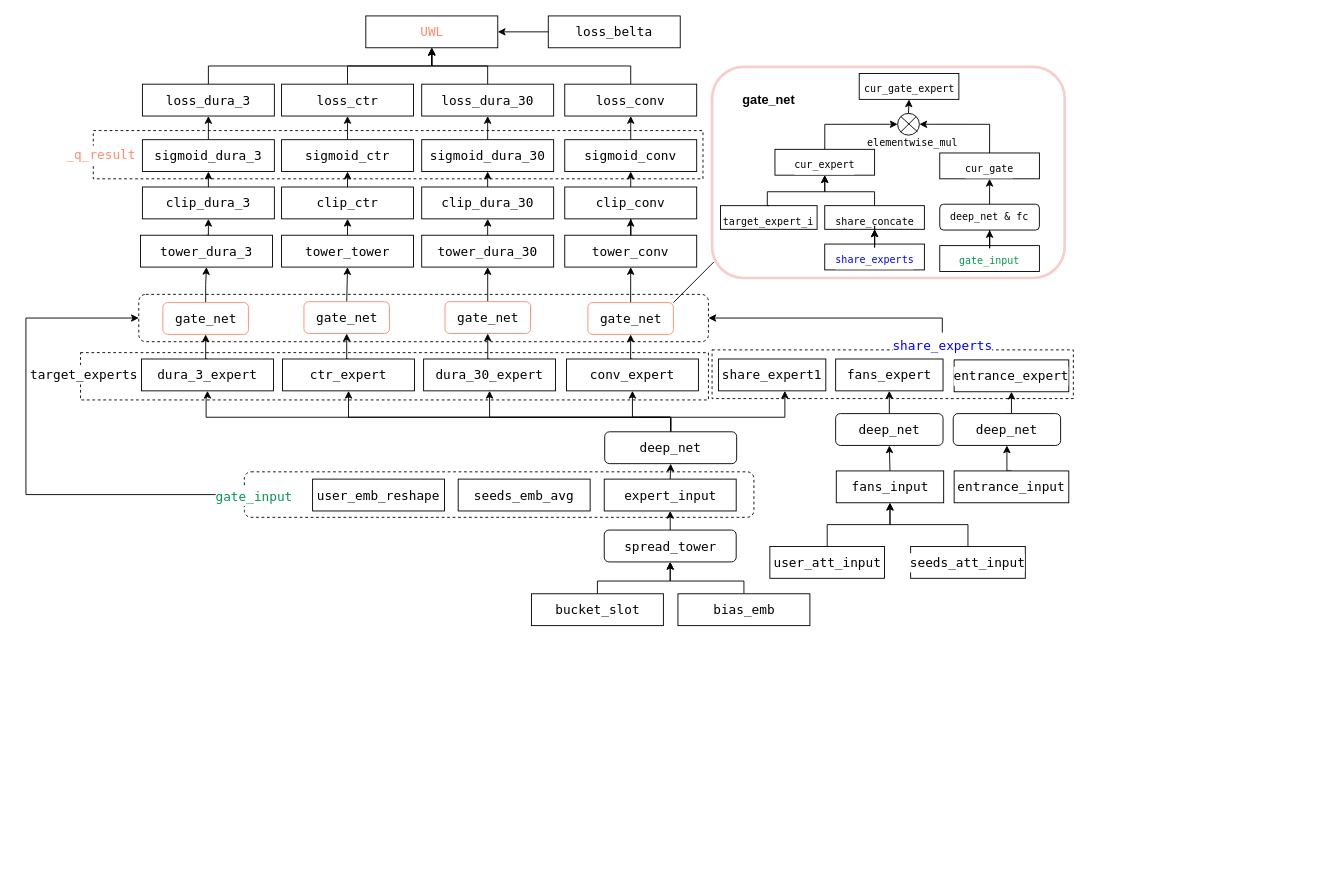
Before: immer_model.drawio in snorlaxse/draw.io, a draw.io diagram. Source tidied: cells renumbered, new cells numbered last; positions are measured from the earlier drawing's top-left corner, leaving out a move shared by most shapes. Both pictures are drawn from the tidied source at 91%, with x=0, y=0 at pixel (15, 15).
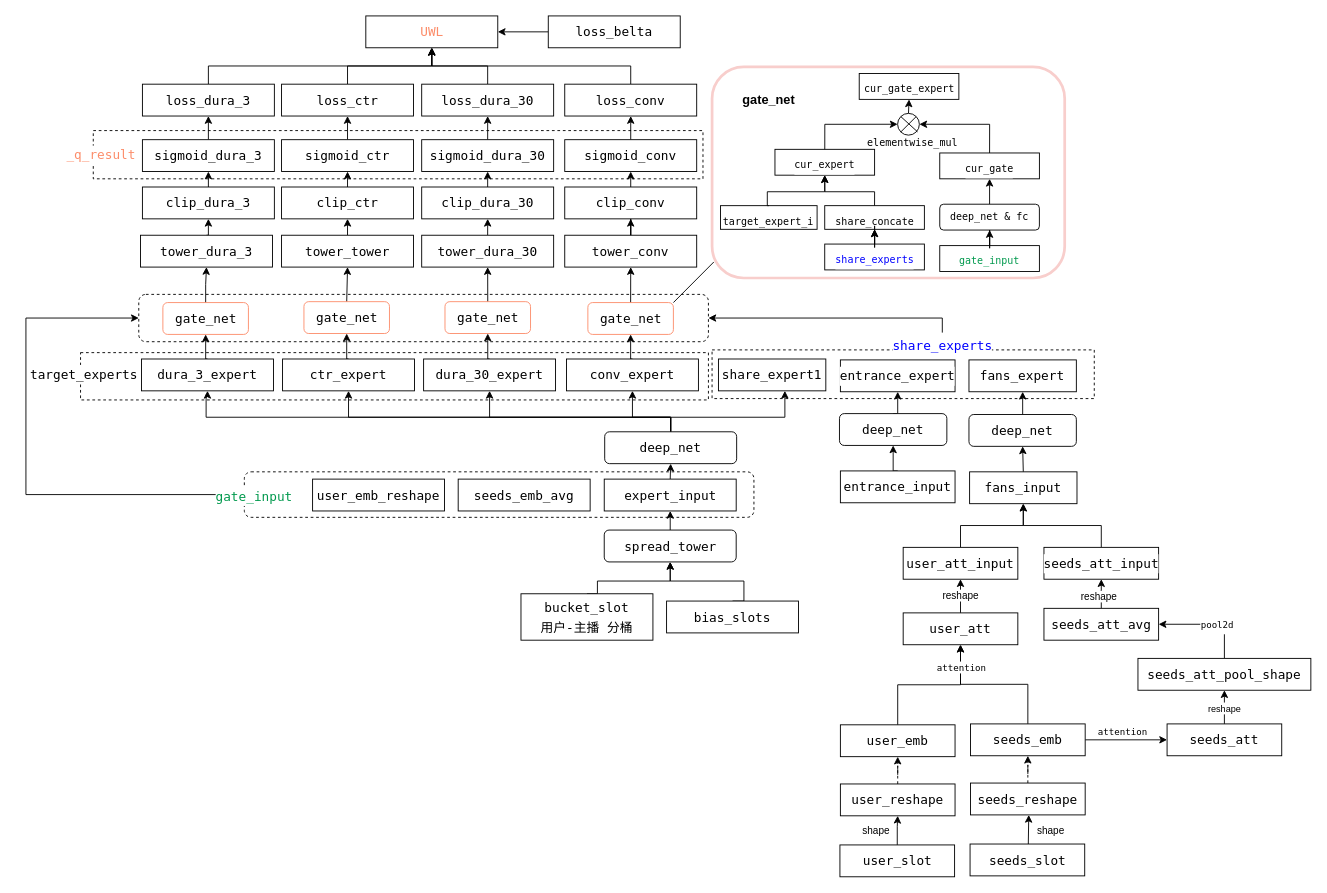
The same page after the edit.

Diff of the diagram source:
```diff
@@
     <mxCell id="7" style="rounded=0;whiteSpace=wrap;html=1;dashed=1;" parent="1" vertex="1">
-      <mxGeometry x="766" y="367" width="397" height="53.5" as="geometry" />
+      <mxGeometry x="766" y="367" width="420" height="53.5" as="geometry" />
     </mxCell>
@@
     <mxCell id="9" value="&lt;div style=&quot;background-color: rgb(255, 255, 255); font-family: &amp;quot;Fira Code&amp;quot;, Menlo, Monaco, &amp;quot;Courier New&amp;quot;, monospace; font-size: 14px; line-height: 21px; white-space: pre;&quot;&gt;fans_input&lt;/div&gt;" style="rounded=0;whiteSpace=wrap;html=1;" parent="1" vertex="1">
-      <mxGeometry x="902.5" y="500" width="118" height="35" as="geometry" />
+      <mxGeometry x="1049" y="501" width="118" height="35" as="geometry" />
     </mxCell>
@@
     <mxCell id="11" value="&lt;div style=&quot;background-color: rgb(255, 255, 255); font-family: &amp;quot;Fira Code&amp;quot;, Menlo, Monaco, &amp;quot;Courier New&amp;quot;, monospace; font-size: 14px; line-height: 21px; white-space: pre;&quot;&gt;&lt;div style=&quot;line-height: 21px;&quot;&gt;user_att_input&lt;/div&gt;&lt;/div&gt;" style="rounded=0;whiteSpace=wrap;html=1;" parent="1" vertex="1">
-      <mxGeometry x="829.5" y="583" width="126" height="35" as="geometry" />
+      <mxGeometry x="976" y="584" width="126" height="35" as="geometry" />
     </mxCell>
@@
     <mxCell id="13" value="&lt;div style=&quot;background-color: rgb(255, 255, 255); font-family: &amp;quot;Fira Code&amp;quot;, Menlo, Monaco, &amp;quot;Courier New&amp;quot;, monospace; font-size: 14px; line-height: 21px; white-space: pre;&quot;&gt;&lt;div style=&quot;line-height: 21px;&quot;&gt;&lt;div style=&quot;line-height: 21px;&quot;&gt;seeds_att_input&lt;/div&gt;&lt;/div&gt;&lt;/div&gt;" style="rounded=0;whiteSpace=wrap;html=1;" parent="1" vertex="1">
-      <mxGeometry x="984.2" y="583" width="126" height="35" as="geometry" />
+      <mxGeometry x="1130.7" y="584" width="126" height="35" as="geometry" />
     </mxCell>
     <mxCell id="14" value="&lt;div style=&quot;background-color: rgb(255, 255, 255); font-family: &amp;quot;Fira Code&amp;quot;, Menlo, Monaco, &amp;quot;Courier New&amp;quot;, monospace; font-size: 14px; line-height: 21px; white-space: pre;&quot;&gt;&lt;div style=&quot;line-height: 21px;&quot;&gt;fans_expert&lt;/div&gt;&lt;/div&gt;" style="rounded=0;whiteSpace=wrap;html=1;" parent="1" vertex="1">
-      <mxGeometry x="901.8" y="377" width="118" height="35" as="geometry" />
+      <mxGeometry x="1048.3" y="378" width="118" height="35" as="geometry" />
     </mxCell>
@@
     <mxCell id="16" value="&lt;div style=&quot;background-color: rgb(255, 255, 255); font-family: &amp;quot;Fira Code&amp;quot;, Menlo, Monaco, &amp;quot;Courier New&amp;quot;, monospace; font-size: 14px; line-height: 21px; white-space: pre;&quot;&gt;deep_net&lt;/div&gt;" style="rounded=1;whiteSpace=wrap;html=1;" parent="1" vertex="1">
-      <mxGeometry x="901.8" y="437" width="118" height="35" as="geometry" />
+      <mxGeometry x="1048.3" y="438" width="118" height="35" as="geometry" />
     </mxCell>
@@
-    <mxCell id="22" value="&lt;div style=&quot;background-color: rgb(255, 255, 255); font-family: &amp;quot;Fira Code&amp;quot;, Menlo, Monaco, &amp;quot;Courier New&amp;quot;, monospace; font-size: 14px; line-height: 21px; white-space: pre;&quot;&gt;&lt;div style=&quot;line-height: 21px;&quot;&gt;&lt;div style=&quot;line-height: 21px;&quot;&gt;bucket_slot&lt;/div&gt;&lt;/div&gt;&lt;/div&gt;" style="rounded=0;whiteSpace=wrap;html=1;" parent="1" vertex="1">
-      <mxGeometry x="567.5" y="635" width="145" height="35" as="geometry" />
+    <mxCell id="22" value="&lt;div style=&quot;background-color: rgb(255, 255, 255); font-family: &amp;quot;Fira Code&amp;quot;, Menlo, Monaco, &amp;quot;Courier New&amp;quot;, monospace; font-size: 14px; line-height: 21px; white-space: pre;&quot;&gt;&lt;div style=&quot;line-height: 21px;&quot;&gt;&lt;div style=&quot;line-height: 21px;&quot;&gt;bucket_slot&lt;/div&gt;&lt;div style=&quot;line-height: 21px;&quot;&gt;用户-主播 分桶&lt;/div&gt;&lt;/div&gt;&lt;/div&gt;" style="rounded=0;whiteSpace=wrap;html=1;" parent="1" vertex="1">
+      <mxGeometry x="556" y="635" width="145" height="51" as="geometry" />
     </mxCell>
@@
-    <mxCell id="24" value="&lt;div style=&quot;background-color: rgb(255, 255, 255); font-family: &amp;quot;Fira Code&amp;quot;, Menlo, Monaco, &amp;quot;Courier New&amp;quot;, monospace; font-size: 14px; line-height: 21px; white-space: pre;&quot;&gt;&lt;div style=&quot;line-height: 21px;&quot;&gt;&lt;div style=&quot;line-height: 21px;&quot;&gt;&lt;div style=&quot;line-height: 21px;&quot;&gt;bias_emb&lt;/div&gt;&lt;/div&gt;&lt;/div&gt;&lt;/div&gt;" style="rounded=0;whiteSpace=wrap;html=1;" parent="1" vertex="1">
-      <mxGeometry x="728.5" y="635" width="145" height="35" as="geometry" />
+    <mxCell id="24" value="&lt;div style=&quot;background-color: rgb(255, 255, 255); font-family: &amp;quot;Fira Code&amp;quot;, Menlo, Monaco, &amp;quot;Courier New&amp;quot;, monospace; font-size: 14px; line-height: 21px; white-space: pre;&quot;&gt;&lt;div style=&quot;line-height: 21px;&quot;&gt;&lt;div style=&quot;line-height: 21px;&quot;&gt;&lt;div style=&quot;line-height: 21px;&quot;&gt;&lt;div style=&quot;line-height: 21px;&quot;&gt;bias_slots&lt;/div&gt;&lt;/div&gt;&lt;/div&gt;&lt;/div&gt;&lt;/div&gt;" style="rounded=0;whiteSpace=wrap;html=1;" parent="1" vertex="1">
+      <mxGeometry x="716" y="643" width="145" height="35" as="geometry" />
     </mxCell>
@@
     <mxCell id="40" value="&lt;div style=&quot;background-color: rgb(255, 255, 255); font-family: &amp;quot;Fira Code&amp;quot;, Menlo, Monaco, &amp;quot;Courier New&amp;quot;, monospace; font-size: 14px; line-height: 21px; white-space: pre;&quot;&gt;&lt;div style=&quot;line-height: 21px;&quot;&gt;&lt;div style=&quot;line-height: 21px;&quot;&gt;entrance_expert&lt;/div&gt;&lt;/div&gt;&lt;/div&gt;" style="rounded=0;whiteSpace=wrap;html=1;" parent="1" vertex="1">
-      <mxGeometry x="1032" y="378" width="126" height="35" as="geometry" />
+      <mxGeometry x="907" y="378" width="126" height="35" as="geometry" />
     </mxCell>
@@
     <mxCell id="42" value="&lt;div style=&quot;background-color: rgb(255, 255, 255); font-family: &amp;quot;Fira Code&amp;quot;, Menlo, Monaco, &amp;quot;Courier New&amp;quot;, monospace; font-size: 14px; line-height: 21px; white-space: pre;&quot;&gt;deep_net&lt;/div&gt;" style="rounded=1;whiteSpace=wrap;html=1;" parent="1" vertex="1">
-      <mxGeometry x="1031" y="437" width="118" height="35" as="geometry" />
+      <mxGeometry x="906" y="437" width="118" height="35" as="geometry" />
     </mxCell>
@@
     <mxCell id="44" value="&lt;div style=&quot;background-color: rgb(255, 255, 255); font-family: &amp;quot;Fira Code&amp;quot;, Menlo, Monaco, &amp;quot;Courier New&amp;quot;, monospace; font-size: 14px; line-height: 21px; white-space: pre;&quot;&gt;&lt;div style=&quot;line-height: 21px;&quot;&gt;entrance_input&lt;/div&gt;&lt;/div&gt;" style="rounded=0;whiteSpace=wrap;html=1;" parent="1" vertex="1">
-      <mxGeometry x="1032" y="500" width="126" height="35" as="geometry" />
+      <mxGeometry x="907" y="500" width="126" height="35" as="geometry" />
     </mxCell>
@@
+    <mxCell id="121" style="edgeStyle=orthogonalEdgeStyle;rounded=0;jettySize=auto;html=1;exitX=0.5;exitY=0;exitDx=0;exitDy=0;entryX=0.5;entryY=1;entryDx=0;entryDy=0;" parent="1" edge="1" source="122" target="129">
+      <mxGeometry relative="1" as="geometry" />
+    </mxCell>
+    <mxCell id="122" value="&lt;div style=&quot;background-color: rgb(255, 255, 255); font-family: &amp;quot;Fira Code&amp;quot;, Menlo, Monaco, &amp;quot;Courier New&amp;quot;, monospace; font-size: 14px; line-height: 21px; white-space: pre;&quot;&gt;&lt;div style=&quot;line-height: 21px;&quot;&gt;&lt;div style=&quot;line-height: 21px;&quot;&gt;user_emb&lt;/div&gt;&lt;/div&gt;&lt;/div&gt;" style="rounded=0;whiteSpace=wrap;html=1;" parent="1" vertex="1">
+      <mxGeometry x="907" y="779" width="126" height="35" as="geometry" />
+    </mxCell>
+    <mxCell id="123" style="edgeStyle=orthogonalEdgeStyle;rounded=0;jettySize=auto;html=1;entryX=0.5;entryY=1;entryDx=0;entryDy=0;" parent="1" edge="1" source="127" target="129">
+      <mxGeometry relative="1" as="geometry" />
+    </mxCell>
+    <mxCell id="124" value="&lt;span style=&quot;font-family: &amp;quot;Fira Code&amp;quot;, Menlo, Monaco, &amp;quot;Courier New&amp;quot;, monospace; text-align: left; white-space-collapse: preserve;&quot;&gt;&lt;font style=&quot;font-size: 10px;&quot;&gt;attention&lt;/font&gt;&lt;/span&gt;" style="edgeLabel;html=1;align=center;verticalAlign=middle;" parent="123" vertex="1">
+      <mxGeometry x="-0.19" y="1" relative="1" as="geometry">
+        <mxPoint x="-52" y="-20" as="offset" />
+      </mxGeometry>
+    </mxCell>
+    <mxCell id="125" style="edgeStyle=orthogonalEdgeStyle;rounded=0;jettySize=auto;html=1;entryX=0;entryY=0.5;entryDx=0;entryDy=0;" parent="1" edge="1" source="127" target="138">
+      <mxGeometry relative="1" as="geometry" />
+    </mxCell>
+    <mxCell id="126" value="&lt;span style=&quot;font-family: &amp;quot;Fira Code&amp;quot;, Menlo, Monaco, &amp;quot;Courier New&amp;quot;, monospace; font-size: 10px; text-align: left; white-space-collapse: preserve;&quot;&gt;attention&lt;/span&gt;" style="edgeLabel;html=1;align=center;verticalAlign=middle;" parent="125" vertex="1">
+      <mxGeometry x="0.4" y="1" relative="1" as="geometry">
+        <mxPoint x="-23" y="-8" as="offset" />
+      </mxGeometry>
+    </mxCell>
+    <mxCell id="127" value="&lt;div style=&quot;background-color: rgb(255, 255, 255); font-family: &amp;quot;Fira Code&amp;quot;, Menlo, Monaco, &amp;quot;Courier New&amp;quot;, monospace; font-size: 14px; line-height: 21px; white-space: pre;&quot;&gt;&lt;div style=&quot;line-height: 21px;&quot;&gt;&lt;div style=&quot;line-height: 21px;&quot;&gt;&lt;div style=&quot;line-height: 21px;&quot;&gt;seeds_emb&lt;/div&gt;&lt;/div&gt;&lt;/div&gt;&lt;/div&gt;" style="rounded=0;whiteSpace=wrap;html=1;" parent="1" vertex="1">
+      <mxGeometry x="1050" y="778" width="126" height="35" as="geometry" />
+    </mxCell>
+    <mxCell id="128" value="reshape" style="edgeStyle=orthogonalEdgeStyle;rounded=0;jettySize=auto;html=1;exitX=0.5;exitY=0;exitDx=0;exitDy=0;entryX=0.5;entryY=1;entryDx=0;entryDy=0;" parent="1" edge="1" source="129" target="11">
+      <mxGeometry relative="1" as="geometry" />
+    </mxCell>
+    <mxCell id="129" value="&lt;div style=&quot;background-color: rgb(255, 255, 255); font-family: &amp;quot;Fira Code&amp;quot;, Menlo, Monaco, &amp;quot;Courier New&amp;quot;, monospace; font-size: 14px; line-height: 21px; white-space: pre;&quot;&gt;&lt;div style=&quot;line-height: 21px;&quot;&gt;&lt;span style=&quot;text-align: left;&quot;&gt;user_att&lt;/span&gt;&lt;br&gt;&lt;/div&gt;&lt;/div&gt;" style="rounded=0;whiteSpace=wrap;html=1;" parent="1" vertex="1">
+      <mxGeometry x="976" y="656" width="126" height="35" as="geometry" />
+    </mxCell>
+    <mxCell id="130" style="edgeStyle=orthogonalEdgeStyle;rounded=0;jettySize=auto;html=1;entryX=0.5;entryY=1;entryDx=0;entryDy=0;" parent="1" edge="1" source="132" target="13">
+      <mxGeometry relative="1" as="geometry" />
+    </mxCell>
+    <mxCell id="131" value="reshape" style="edgeLabel;html=1;align=center;verticalAlign=middle;" parent="130" vertex="1">
+      <mxGeometry x="0.27" y="3" relative="1" as="geometry" />
+    </mxCell>
+    <mxCell id="132" value="&lt;div style=&quot;background-color: rgb(255, 255, 255); font-family: &amp;quot;Fira Code&amp;quot;, Menlo, Monaco, &amp;quot;Courier New&amp;quot;, monospace; font-size: 14px; line-height: 21px; white-space: pre;&quot;&gt;&lt;div style=&quot;line-height: 21px;&quot;&gt;&lt;div style=&quot;line-height: 21px;&quot;&gt;seeds_att_avg&lt;/div&gt;&lt;/div&gt;&lt;/div&gt;" style="rounded=0;whiteSpace=wrap;html=1;" parent="1" vertex="1">
+      <mxGeometry x="1130.7" y="651" width="126" height="35" as="geometry" />
+    </mxCell>
+    <mxCell id="133" style="edgeStyle=orthogonalEdgeStyle;rounded=0;jettySize=auto;html=1;entryX=1;entryY=0.5;entryDx=0;entryDy=0;" parent="1" edge="1" source="135" target="132">
+      <mxGeometry relative="1" as="geometry" />
+    </mxCell>
+    <mxCell id="134" value="&lt;div style=&quot;font-family: &amp;quot;Fira Code&amp;quot;, Menlo, Monaco, &amp;quot;Courier New&amp;quot;, monospace; line-height: 21px; white-space-collapse: preserve;&quot;&gt;&lt;font style=&quot;font-size: 10px;&quot;&gt;pool2d&lt;/font&gt;&lt;/div&gt;" style="edgeLabel;html=1;align=center;verticalAlign=middle;" parent="133" vertex="1">
+      <mxGeometry x="-0.16" relative="1" as="geometry" />
+    </mxCell>
+    <mxCell id="135" value="&lt;div style=&quot;color: #000000;background-color: #ffffff;font-family: 'Fira Code', Menlo, Monaco, 'Courier New', monospace;font-weight: normal;font-size: 14px;line-height: 21px;white-space: pre;&quot;&gt;&lt;div&gt;&lt;span style=&quot;color: #000000;&quot;&gt;seeds_att_pool_shape&lt;/span&gt;&lt;/div&gt;&lt;/div&gt;" style="rounded=0;whiteSpace=wrap;html=1;" parent="1" vertex="1">
+      <mxGeometry x="1234" y="706" width="190" height="35" as="geometry" />
+    </mxCell>
+    <mxCell id="136" style="edgeStyle=orthogonalEdgeStyle;rounded=0;jettySize=auto;html=1;entryX=0.5;entryY=1;entryDx=0;entryDy=0;" parent="1" edge="1" source="138" target="135">
+      <mxGeometry relative="1" as="geometry" />
+    </mxCell>
+    <mxCell id="137" value="&lt;font style=&quot;font-size: 10px;&quot;&gt;reshape&lt;/font&gt;" style="edgeLabel;html=1;align=center;verticalAlign=middle;" parent="136" vertex="1">
+      <mxGeometry x="0.1" y="1" relative="1" as="geometry" />
+    </mxCell>
+    <mxCell id="138" value="&lt;div style=&quot;background-color: rgb(255, 255, 255); font-family: &amp;quot;Fira Code&amp;quot;, Menlo, Monaco, &amp;quot;Courier New&amp;quot;, monospace; font-size: 14px; line-height: 21px; white-space: pre;&quot;&gt;&lt;div style=&quot;line-height: 21px;&quot;&gt;&lt;div style=&quot;line-height: 21px;&quot;&gt;&lt;div style=&quot;line-height: 21px;&quot;&gt;seeds_att&lt;/div&gt;&lt;/div&gt;&lt;/div&gt;&lt;/div&gt;" style="rounded=0;whiteSpace=wrap;html=1;" parent="1" vertex="1">
+      <mxGeometry x="1266" y="778" width="126" height="35" as="geometry" />
+    </mxCell>
+    <mxCell id="139" style="edgeStyle=orthogonalEdgeStyle;shape=connector;rounded=0;jettySize=auto;html=1;strokeColor=default;align=center;verticalAlign=middle;fontFamily=Helvetica;fontSize=11;fontColor=default;labelBackgroundColor=default;endArrow=classic;dashed=1;" parent="1" edge="1" source="140" target="122">
+      <mxGeometry relative="1" as="geometry" />
+    </mxCell>
+    <mxCell id="140" value="&lt;div style=&quot;background-color: rgb(255, 255, 255); font-family: &amp;quot;Fira Code&amp;quot;, Menlo, Monaco, &amp;quot;Courier New&amp;quot;, monospace; font-size: 14px; line-height: 21px; white-space: pre;&quot;&gt;&lt;div style=&quot;line-height: 21px;&quot;&gt;&lt;div style=&quot;line-height: 21px;&quot;&gt;user_reshape&lt;/div&gt;&lt;/div&gt;&lt;/div&gt;" style="rounded=0;whiteSpace=wrap;html=1;" parent="1" vertex="1">
+      <mxGeometry x="907" y="844" width="126" height="35" as="geometry" />
+    </mxCell>
+    <mxCell id="141" style="edgeStyle=orthogonalEdgeStyle;shape=connector;rounded=0;jettySize=auto;html=1;entryX=0.5;entryY=1;entryDx=0;entryDy=0;strokeColor=default;align=center;verticalAlign=middle;fontFamily=Helvetica;fontSize=11;fontColor=default;labelBackgroundColor=default;endArrow=classic;dashed=1;" parent="1" edge="1" source="142" target="127">
+      <mxGeometry relative="1" as="geometry" />
+    </mxCell>
+    <mxCell id="142" value="&lt;div style=&quot;background-color: rgb(255, 255, 255); font-family: &amp;quot;Fira Code&amp;quot;, Menlo, Monaco, &amp;quot;Courier New&amp;quot;, monospace; font-size: 14px; line-height: 21px; white-space: pre;&quot;&gt;&lt;div style=&quot;line-height: 21px;&quot;&gt;&lt;div style=&quot;line-height: 21px;&quot;&gt;&lt;div style=&quot;line-height: 21px;&quot;&gt;seeds_reshape&lt;/div&gt;&lt;/div&gt;&lt;/div&gt;&lt;/div&gt;" style="rounded=0;whiteSpace=wrap;html=1;" parent="1" vertex="1">
+      <mxGeometry x="1050" y="843" width="126" height="35" as="geometry" />
+    </mxCell>
+    <mxCell id="143" value="shape" style="edgeStyle=orthogonalEdgeStyle;shape=connector;rounded=0;jettySize=auto;html=1;entryX=0.5;entryY=1;entryDx=0;entryDy=0;strokeColor=default;align=center;verticalAlign=middle;fontFamily=Helvetica;fontSize=11;fontColor=default;labelBackgroundColor=default;endArrow=classic;" parent="1" edge="1" source="144" target="140">
+      <mxGeometry x="-0.08" y="24" relative="1" as="geometry" />
+    </mxCell>
+    <mxCell id="144" value="&lt;div style=&quot;background-color: rgb(255, 255, 255); font-family: &amp;quot;Fira Code&amp;quot;, Menlo, Monaco, &amp;quot;Courier New&amp;quot;, monospace; font-size: 14px; line-height: 21px; white-space: pre;&quot;&gt;&lt;div style=&quot;line-height: 21px;&quot;&gt;&lt;div style=&quot;line-height: 21px;&quot;&gt;user_slot&lt;/div&gt;&lt;/div&gt;&lt;/div&gt;" style="rounded=0;whiteSpace=wrap;html=1;" parent="1" vertex="1">
+      <mxGeometry x="906.5" y="911" width="126" height="35" as="geometry" />
+    </mxCell>
+    <mxCell id="145" value="shape" style="edgeStyle=orthogonalEdgeStyle;shape=connector;rounded=0;orthogonalLoop=1;jettySize=auto;html=1;strokeColor=default;align=center;verticalAlign=middle;fontFamily=Helvetica;fontSize=11;fontColor=default;labelBackgroundColor=default;endArrow=classic;" parent="1" edge="1">
+      <mxGeometry x="-0.15" y="-24" relative="1" as="geometry">
+        <mxPoint x="1113.5" y="910" as="sourcePoint" />
+        <mxPoint x="1114" y="878" as="targetPoint" />
+      </mxGeometry>
+    </mxCell>
+    <mxCell id="146" value="&lt;div style=&quot;background-color: rgb(255, 255, 255); font-family: &amp;quot;Fira Code&amp;quot;, Menlo, Monaco, &amp;quot;Courier New&amp;quot;, monospace; font-size: 14px; line-height: 21px; white-space: pre;&quot;&gt;&lt;div style=&quot;line-height: 21px;&quot;&gt;&lt;div style=&quot;line-height: 21px;&quot;&gt;&lt;div style=&quot;line-height: 21px;&quot;&gt;seeds_slot&lt;/div&gt;&lt;/div&gt;&lt;/div&gt;&lt;/div&gt;" style="rounded=0;whiteSpace=wrap;html=1;" parent="1" vertex="1">
+      <mxGeometry x="1049.5" y="910" width="126" height="35" as="geometry" />
+    </mxCell>
```
